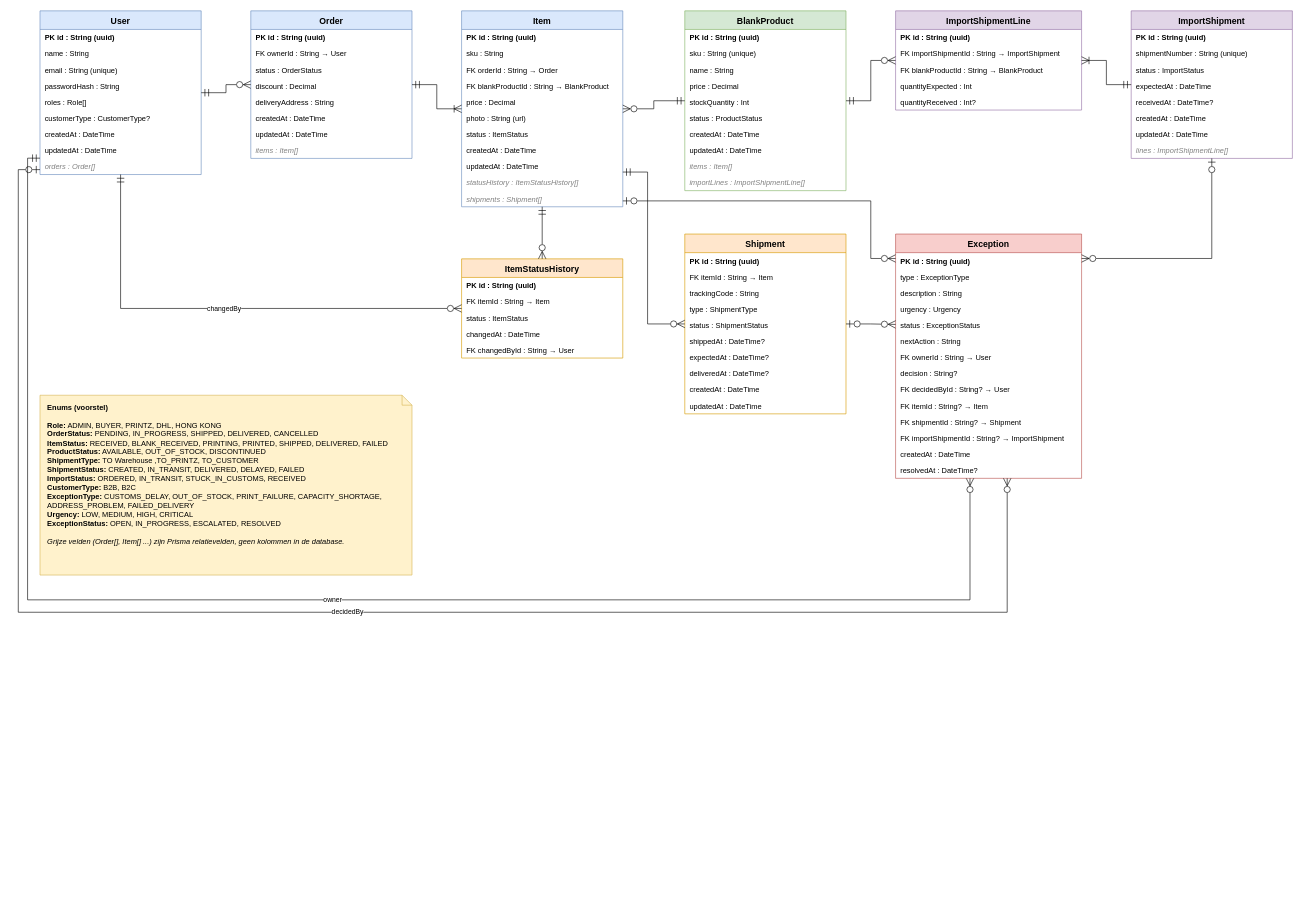
Immanuel-Cairo/gifts4u-control-tower keeps this draw.io diagram as documents/ERD/gifts4u-erd.drawio. Above is the earlier version. Source tidied: cells renumbered, new cells numbered last; positions are measured from the earlier drawing's top-left corner, leaving out a move shared by most shapes. Both pictures are drawn from the tidied source at 62%, with x=0, y=0 at pixel (18, 11).
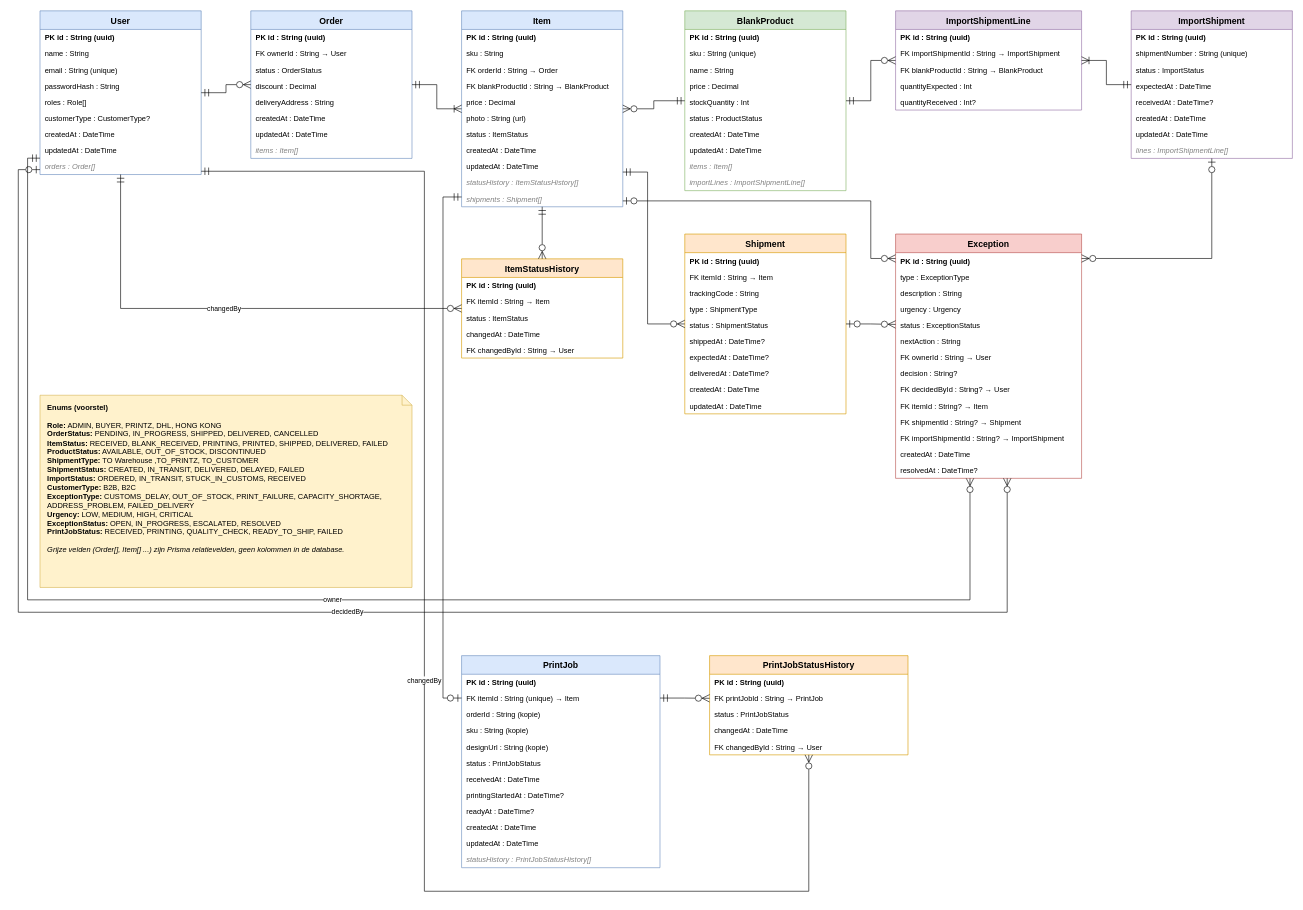
After the change.

Commit message (it also covers changes not shown here):
printz database setup

Unchanged cells that the change refers to:
```xml
<mxCell id="2" value="User" style="swimlane;fontStyle=1;horizontal=1;startSize=30;fillColor=#dae8fc;strokeColor=#6c8ebf;fontSize=14;" parent="1" vertex="1">
  <mxGeometry x="35" width="260" height="264" as="geometry" />
</mxCell>
<mxCell id="21" value="Item" style="swimlane;fontStyle=1;horizontal=1;startSize=30;fillColor=#dae8fc;strokeColor=#6c8ebf;fontSize=14;" parent="1" vertex="1">
  <mxGeometry x="715" width="260" height="316" as="geometry" />
</mxCell>
```

Diff of the diagram source:
```diff
@@
-    <mxCell id="76" value="&lt;b&gt;Enums (voorstel)&lt;/b&gt;&lt;br&gt;&lt;br&gt;&lt;b&gt;Role:&lt;/b&gt; ADMIN, BUYER, PRINTZ, DHL, HONG KONG&lt;br&gt;&lt;b&gt;OrderStatus:&lt;/b&gt; PENDING, IN_PROGRESS, SHIPPED, DELIVERED, CANCELLED&lt;br&gt;&lt;b&gt;ItemStatus:&lt;/b&gt; RECEIVED, BLANK_RECEIVED, PRINTING, PRINTED, SHIPPED, DELIVERED, FAILED&lt;br&gt;&lt;b&gt;ProductStatus:&lt;/b&gt; AVAILABLE, OUT_OF_STOCK, DISCONTINUED&lt;br&gt;&lt;b&gt;ShipmentType:&lt;/b&gt;&amp;nbsp;TO Warehouse ,TO_PRINTZ, TO_CUSTOMER&lt;br&gt;&lt;b&gt;ShipmentStatus:&lt;/b&gt; CREATED, IN_TRANSIT, DELIVERED, DELAYED, FAILED&lt;br&gt;&lt;b&gt;ImportStatus:&lt;/b&gt; ORDERED, IN_TRANSIT, STUCK_IN_CUSTOMS, RECEIVED&lt;br&gt;&lt;b&gt;CustomerType:&lt;/b&gt; B2B, B2C&lt;br&gt;&lt;b&gt;ExceptionType:&lt;/b&gt; CUSTOMS_DELAY, OUT_OF_STOCK, PRINT_FAILURE, CAPACITY_SHORTAGE, ADDRESS_PROBLEM, FAILED_DELIVERY&lt;br&gt;&lt;b&gt;Urgency:&lt;/b&gt; LOW, MEDIUM, HIGH, CRITICAL&lt;br&gt;&lt;b&gt;ExceptionStatus:&lt;/b&gt; OPEN, IN_PROGRESS, ESCALATED, RESOLVED&lt;br&gt;&lt;br&gt;&lt;i&gt;Grijze velden (Order[], Item[] ...) zijn Prisma relatievelden, geen kolommen in de database.&lt;/i&gt;" style="shape=note;whiteSpace=wrap;html=1;align=left;verticalAlign=top;spacingLeft=10;spacingTop=6;size=16;fillColor=#fff2cc;strokeColor=#d6b656;fontSize=12;" parent="1" vertex="1">
-      <mxGeometry x="35" y="620" width="600" height="290" as="geometry" />
+    <mxCell id="76" value="&lt;b&gt;Enums (voorstel)&lt;/b&gt;&lt;br&gt;&lt;br&gt;&lt;b&gt;Role:&lt;/b&gt; ADMIN, BUYER, PRINTZ, DHL, HONG KONG&lt;br&gt;&lt;b&gt;OrderStatus:&lt;/b&gt; PENDING, IN_PROGRESS, SHIPPED, DELIVERED, CANCELLED&lt;br&gt;&lt;b&gt;ItemStatus:&lt;/b&gt; RECEIVED, BLANK_RECEIVED, PRINTING, PRINTED, SHIPPED, DELIVERED, FAILED&lt;br&gt;&lt;b&gt;ProductStatus:&lt;/b&gt; AVAILABLE, OUT_OF_STOCK, DISCONTINUED&lt;br&gt;&lt;b&gt;ShipmentType:&lt;/b&gt;&amp;nbsp;TO Warehouse ,TO_PRINTZ, TO_CUSTOMER&lt;br&gt;&lt;b&gt;ShipmentStatus:&lt;/b&gt; CREATED, IN_TRANSIT, DELIVERED, DELAYED, FAILED&lt;br&gt;&lt;b&gt;ImportStatus:&lt;/b&gt; ORDERED, IN_TRANSIT, STUCK_IN_CUSTOMS, RECEIVED&lt;br&gt;&lt;b&gt;CustomerType:&lt;/b&gt; B2B, B2C&lt;br&gt;&lt;b&gt;ExceptionType:&lt;/b&gt; CUSTOMS_DELAY, OUT_OF_STOCK, PRINT_FAILURE, CAPACITY_SHORTAGE, ADDRESS_PROBLEM, FAILED_DELIVERY&lt;br&gt;&lt;b&gt;Urgency:&lt;/b&gt; LOW, MEDIUM, HIGH, CRITICAL&lt;br&gt;&lt;b&gt;ExceptionStatus:&lt;/b&gt; OPEN, IN_PROGRESS, ESCALATED, RESOLVED&lt;br&gt;&lt;b&gt;PrintJobStatus:&lt;/b&gt; RECEIVED, PRINTING, QUALITY_CHECK, READY_TO_SHIP, FAILED&lt;br&gt;&lt;br&gt;&lt;i&gt;Grijze velden (Order[], Item[] ...) zijn Prisma relatievelden, geen kolommen in de database.&lt;/i&gt;" style="shape=note;whiteSpace=wrap;html=1;align=left;verticalAlign=top;spacingLeft=10;spacingTop=6;size=16;fillColor=#fff2cc;strokeColor=#d6b656;fontSize=12;" parent="1" vertex="1">
+      <mxGeometry x="35" y="620" width="600" height="310" as="geometry" />
     </mxCell>
@@
+    <mxCell id="105" value="PrintJob" style="swimlane;fontStyle=1;horizontal=1;startSize=30;fillColor=#dae8fc;strokeColor=#6c8ebf;fontSize=14;" parent="1" vertex="1">
+      <mxGeometry x="715" y="1040" width="320" height="342" as="geometry" />
+    </mxCell>
+    <mxCell id="106" value="PK  id : String (uuid)" style="text;strokeColor=none;fillColor=none;align=left;verticalAlign=middle;spacingLeft=6;overflow=hidden;fontSize=12;fontStyle=1;" parent="105" vertex="1">
+      <mxGeometry y="30" width="320" height="26" as="geometry" />
+    </mxCell>
+    <mxCell id="107" value="FK  itemId : String (unique) → Item" style="text;strokeColor=none;fillColor=none;align=left;verticalAlign=middle;spacingLeft=6;overflow=hidden;fontSize=12;" parent="105" vertex="1">
+      <mxGeometry y="56" width="320" height="26" as="geometry" />
+    </mxCell>
+    <mxCell id="108" value="orderId : String (kopie)" style="text;strokeColor=none;fillColor=none;align=left;verticalAlign=middle;spacingLeft=6;overflow=hidden;fontSize=12;" parent="105" vertex="1">
+      <mxGeometry y="82" width="320" height="26" as="geometry" />
+    </mxCell>
+    <mxCell id="109" value="sku : String (kopie)" style="text;strokeColor=none;fillColor=none;align=left;verticalAlign=middle;spacingLeft=6;overflow=hidden;fontSize=12;" parent="105" vertex="1">
+      <mxGeometry y="108" width="320" height="26" as="geometry" />
+    </mxCell>
+    <mxCell id="110" value="designUrl : String (kopie)" style="text;strokeColor=none;fillColor=none;align=left;verticalAlign=middle;spacingLeft=6;overflow=hidden;fontSize=12;" parent="105" vertex="1">
+      <mxGeometry y="134" width="320" height="26" as="geometry" />
+    </mxCell>
+    <mxCell id="111" value="status : PrintJobStatus" style="text;strokeColor=none;fillColor=none;align=left;verticalAlign=middle;spacingLeft=6;overflow=hidden;fontSize=12;" parent="105" vertex="1">
+      <mxGeometry y="160" width="320" height="26" as="geometry" />
+    </mxCell>
+    <mxCell id="112" value="receivedAt : DateTime" style="text;strokeColor=none;fillColor=none;align=left;verticalAlign=middle;spacingLeft=6;overflow=hidden;fontSize=12;" parent="105" vertex="1">
+      <mxGeometry y="186" width="320" height="26" as="geometry" />
+    </mxCell>
+    <mxCell id="113" value="printingStartedAt : DateTime?" style="text;strokeColor=none;fillColor=none;align=left;verticalAlign=middle;spacingLeft=6;overflow=hidden;fontSize=12;" parent="105" vertex="1">
+      <mxGeometry y="212" width="320" height="26" as="geometry" />
+    </mxCell>
+    <mxCell id="114" value="readyAt : DateTime?" style="text;strokeColor=none;fillColor=none;align=left;verticalAlign=middle;spacingLeft=6;overflow=hidden;fontSize=12;" parent="105" vertex="1">
+      <mxGeometry y="238" width="320" height="26" as="geometry" />
+    </mxCell>
+    <mxCell id="115" value="createdAt : DateTime" style="text;strokeColor=none;fillColor=none;align=left;verticalAlign=middle;spacingLeft=6;overflow=hidden;fontSize=12;" parent="105" vertex="1">
+      <mxGeometry y="264" width="320" height="26" as="geometry" />
+    </mxCell>
+    <mxCell id="116" value="updatedAt : DateTime" style="text;strokeColor=none;fillColor=none;align=left;verticalAlign=middle;spacingLeft=6;overflow=hidden;fontSize=12;" parent="105" vertex="1">
+      <mxGeometry y="290" width="320" height="26" as="geometry" />
+    </mxCell>
+    <mxCell id="117" value="statusHistory : PrintJobStatusHistory[]" style="text;strokeColor=none;fillColor=none;align=left;verticalAlign=middle;spacingLeft=6;overflow=hidden;fontSize=12;fontStyle=2;fontColor=#808080;" parent="105" vertex="1">
+      <mxGeometry y="316" width="320" height="26" as="geometry" />
+    </mxCell>
+    <mxCell id="118" value="PrintJobStatusHistory" style="swimlane;fontStyle=1;horizontal=1;startSize=30;fillColor=#ffe6cc;strokeColor=#d79b00;fontSize=14;" parent="1" vertex="1">
+      <mxGeometry x="1115" y="1040" width="320" height="160" as="geometry" />
+    </mxCell>
+    <mxCell id="119" value="PK  id : String (uuid)" style="text;strokeColor=none;fillColor=none;align=left;verticalAlign=middle;spacingLeft=6;overflow=hidden;fontSize=12;fontStyle=1;" parent="118" vertex="1">
+      <mxGeometry y="30" width="320" height="26" as="geometry" />
+    </mxCell>
+    <mxCell id="120" value="FK  printJobId : String → PrintJob" style="text;strokeColor=none;fillColor=none;align=left;verticalAlign=middle;spacingLeft=6;overflow=hidden;fontSize=12;" parent="118" vertex="1">
+      <mxGeometry y="56" width="320" height="26" as="geometry" />
+    </mxCell>
+    <mxCell id="121" value="status : PrintJobStatus" style="text;strokeColor=none;fillColor=none;align=left;verticalAlign=middle;spacingLeft=6;overflow=hidden;fontSize=12;" parent="118" vertex="1">
+      <mxGeometry y="82" width="320" height="26" as="geometry" />
+    </mxCell>
+    <mxCell id="122" value="changedAt : DateTime" style="text;strokeColor=none;fillColor=none;align=left;verticalAlign=middle;spacingLeft=6;overflow=hidden;fontSize=12;" parent="118" vertex="1">
+      <mxGeometry y="108" width="320" height="26" as="geometry" />
+    </mxCell>
+    <mxCell id="123" value="FK  changedById : String → User" style="text;strokeColor=none;fillColor=none;align=left;verticalAlign=middle;spacingLeft=6;overflow=hidden;fontSize=12;" parent="118" vertex="1">
+      <mxGeometry y="134" width="320" height="26" as="geometry" />
+    </mxCell>
+    <mxCell id="124" style="edgeStyle=orthogonalEdgeStyle;rounded=0;html=1;startArrow=ERmandOne;endArrow=ERzeroToOne;startFill=0;endFill=0;endSize=10;startSize=10;exitX=0;exitY=0.95;exitDx=0;exitDy=0;entryX=0;entryY=0.2;entryDx=0;entryDy=0;" parent="1" edge="1" source="21" target="105">
+      <mxGeometry relative="1" as="geometry">
+        <Array as="points">
+          <mxPoint x="685" y="300" />
+          <mxPoint x="685" y="1108" />
+        </Array>
+      </mxGeometry>
+    </mxCell>
+    <mxCell id="125" style="edgeStyle=orthogonalEdgeStyle;rounded=0;html=1;startArrow=ERmandOne;endArrow=ERzeroToMany;startFill=0;endFill=0;endSize=10;startSize=10;exitX=1;exitY=0.2;exitDx=0;exitDy=0;entryX=0;entryY=0.43;entryDx=0;entryDy=0;" parent="1" edge="1" source="105" target="118">
+      <mxGeometry relative="1" as="geometry" />
+    </mxCell>
+    <mxCell id="126" value="changedBy" style="edgeStyle=orthogonalEdgeStyle;rounded=0;html=1;startArrow=ERmandOne;endArrow=ERzeroToMany;startFill=0;endFill=0;endSize=10;startSize=10;fontSize=11;exitX=1;exitY=0.98;exitDx=0;exitDy=0;entryX=0.5;entryY=1;entryDx=0;entryDy=0;" parent="1" edge="1" source="2" target="118">
+      <mxGeometry relative="1" as="geometry">
+        <Array as="points">
+          <mxPoint x="655" y="259" />
+          <mxPoint x="655" y="1420" />
+          <mxPoint x="1275" y="1420" />
+        </Array>
+      </mxGeometry>
+    </mxCell>
```
